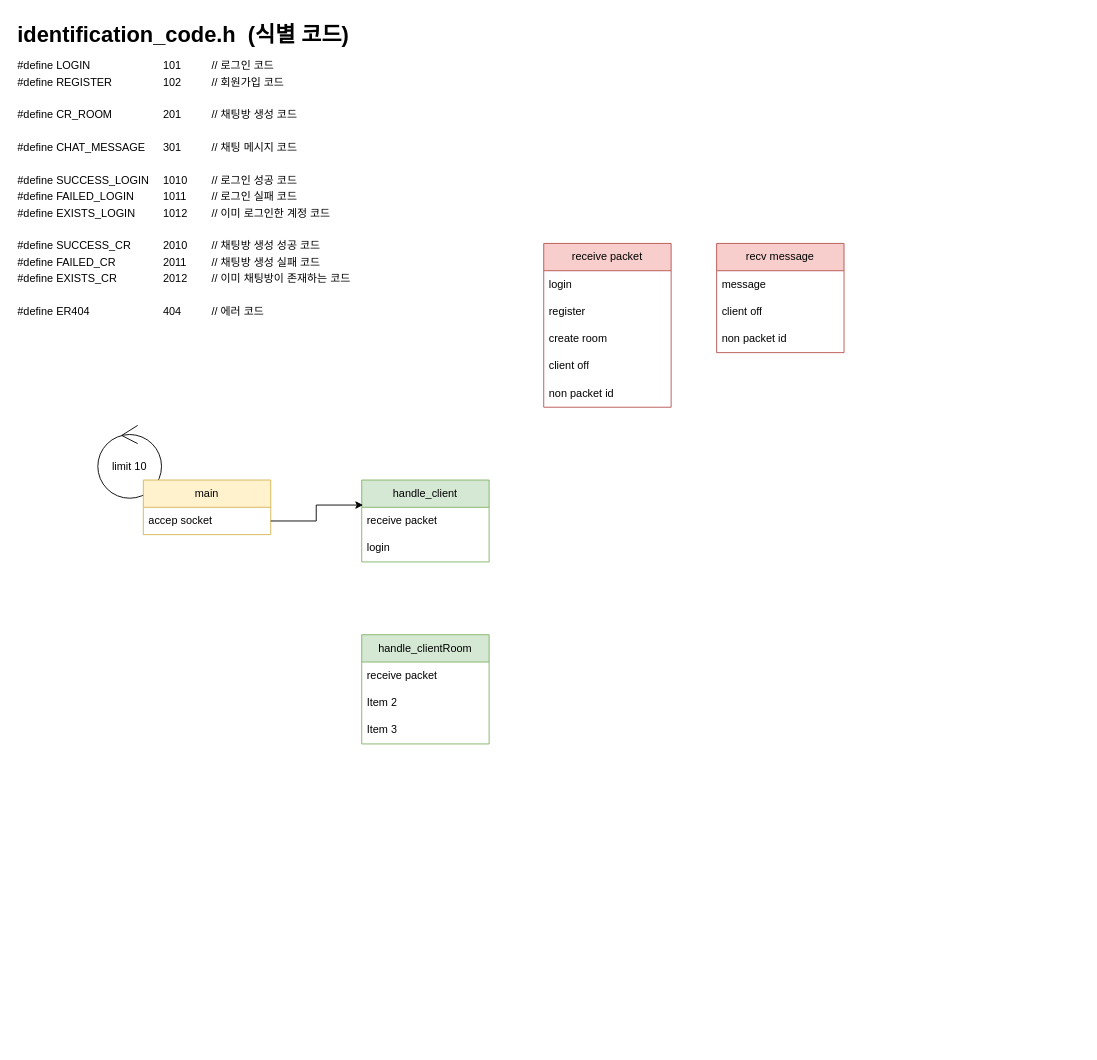
Above: 0924 소켓 서버.drawio in jh051777/chat (draw.io), before the change. Source tidied: cells renumbered, new cells numbered last; positions are measured from the earlier drawing's top-left corner, leaving out a move shared by most shapes. Both pictures are drawn from the tidied source at 91%, with x=0, y=0 at pixel (15, 15).
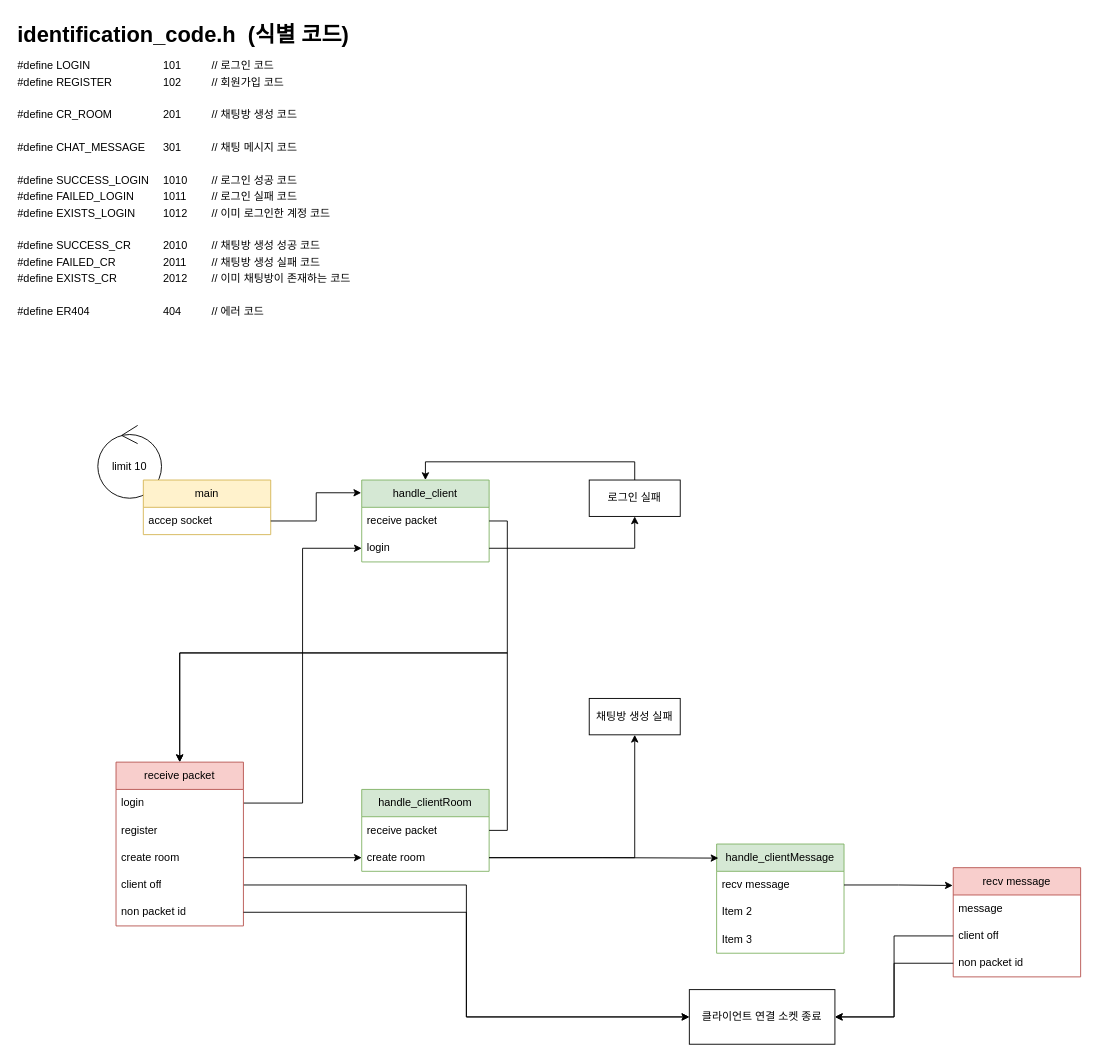
The same page after the edit.

Commit message:
0924 소켓 서버.drawio 업데이트

The change refers to these unchanged cells:
```xml
<mxCell id="4" value="accep socket" style="text;strokeColor=none;fillColor=none;align=left;verticalAlign=middle;spacingLeft=4;spacingRight=4;overflow=hidden;points=[[0,0.5],[1,0.5]];portConstraint=eastwest;whiteSpace=wrap;html=1;" parent="3" vertex="1">
  <mxGeometry y="30" width="140" height="30" as="geometry" />
</mxCell>
<mxCell id="6" value="handle_client" style="swimlane;fontStyle=0;horizontal=1;startSize=30;whiteSpace=wrap;html=1;fillColor=#d5e8d4;strokeColor=#82b366;" parent="1" vertex="1">
  <mxGeometry x="380" y="510" width="140" height="90" as="geometry" />
</mxCell>
<mxCell id="7" value="receive packet" style="text;strokeColor=none;fillColor=none;align=left;verticalAlign=middle;spacingLeft=4;spacingRight=4;overflow=hidden;points=[[0,0.5],[1,0.5]];portConstraint=eastwest;whiteSpace=wrap;html=1;" parent="6" vertex="1">
  <mxGeometry y="30" width="140" height="30" as="geometry" />
</mxCell>
<mxCell id="8" value="login" style="text;strokeColor=none;fillColor=none;align=left;verticalAlign=middle;spacingLeft=4;spacingRight=4;overflow=hidden;points=[[0,0.5],[1,0.5]];portConstraint=eastwest;whiteSpace=wrap;html=1;" parent="6" vertex="1">
  <mxGeometry y="60" width="140" height="30" as="geometry" />
</mxCell>
<mxCell id="12" value="create room" style="text;strokeColor=none;fillColor=none;align=left;verticalAlign=middle;spacingLeft=4;spacingRight=4;overflow=hidden;points=[[0,0.5],[1,0.5]];portConstraint=eastwest;whiteSpace=wrap;html=1;" parent="9" vertex="1">
  <mxGeometry y="90" width="140" height="30" as="geometry" />
</mxCell>
<mxCell id="14" value="non packet id" style="text;strokeColor=none;fillColor=none;align=left;verticalAlign=middle;spacingLeft=4;spacingRight=4;overflow=hidden;points=[[0,0.5],[1,0.5]];portConstraint=eastwest;whiteSpace=wrap;html=1;" parent="9" vertex="1">
  <mxGeometry y="150" width="140" height="30" as="geometry" />
</mxCell>
<mxCell id="17" value="client off" style="text;strokeColor=none;fillColor=none;align=left;verticalAlign=middle;spacingLeft=4;spacingRight=4;overflow=hidden;points=[[0,0.5],[1,0.5]];portConstraint=eastwest;whiteSpace=wrap;html=1;" parent="15" vertex="1">
  <mxGeometry y="60" width="140" height="30" as="geometry" />
</mxCell>
<mxCell id="18" value="non packet id" style="text;strokeColor=none;fillColor=none;align=left;verticalAlign=middle;spacingLeft=4;spacingRight=4;overflow=hidden;points=[[0,0.5],[1,0.5]];portConstraint=eastwest;whiteSpace=wrap;html=1;" parent="15" vertex="1">
  <mxGeometry y="90" width="140" height="30" as="geometry" />
</mxCell>
<mxCell id="20" value="receive packet" style="text;strokeColor=none;fillColor=none;align=left;verticalAlign=middle;spacingLeft=4;spacingRight=4;overflow=hidden;points=[[0,0.5],[1,0.5]];portConstraint=eastwest;whiteSpace=wrap;html=1;" parent="19" vertex="1">
  <mxGeometry y="30" width="140" height="30" as="geometry" />
</mxCell>
```

Diff of the diagram source:
```diff
@@
+    <mxCell id="24" style="edgeStyle=orthogonalEdgeStyle;rounded=0;jettySize=auto;html=1;exitX=1;exitY=0.25;exitDx=0;exitDy=0;entryX=0;entryY=0.5;entryDx=0;entryDy=0;" parent="1" edge="1" source="9" target="8">
+      <mxGeometry relative="1" as="geometry" />
+    </mxCell>
+    <mxCell id="25" style="edgeStyle=orthogonalEdgeStyle;rounded=0;jettySize=auto;html=1;exitX=1;exitY=0.75;exitDx=0;exitDy=0;entryX=0;entryY=0.5;entryDx=0;entryDy=0;" parent="1" edge="1" source="9" target="38">
+      <mxGeometry relative="1" as="geometry" />
+    </mxCell>
     <mxCell id="9" value="receive packet" style="swimlane;fontStyle=0;horizontal=1;startSize=30;whiteSpace=wrap;html=1;fillColor=#f8cecc;strokeColor=#b85450;" parent="1" vertex="1">
-      <mxGeometry x="580" y="250" width="140" height="180" as="geometry" />
+      <mxGeometry x="110" y="820" width="140" height="180" as="geometry" />
     </mxCell>
@@
     <mxCell id="15" value="recv message" style="swimlane;fontStyle=0;horizontal=1;startSize=30;whiteSpace=wrap;html=1;fillColor=#f8cecc;strokeColor=#b85450;" parent="1" vertex="1">
-      <mxGeometry x="770" y="250" width="140" height="120" as="geometry" />
+      <mxGeometry x="1030" y="936" width="140" height="120" as="geometry" />
     </mxCell>
@@
     <mxCell id="19" value="handle_clientRoom" style="swimlane;fontStyle=0;horizontal=1;startSize=30;whiteSpace=wrap;html=1;fillColor=#d5e8d4;strokeColor=#82b366;" parent="1" vertex="1">
-      <mxGeometry x="380" y="680" width="140" height="120" as="geometry" />
+      <mxGeometry x="380" y="850" width="140" height="90" as="geometry" />
     </mxCell>
@@
-    <mxCell id="21" value="Item 2" style="text;strokeColor=none;fillColor=none;align=left;verticalAlign=middle;spacingLeft=4;spacingRight=4;overflow=hidden;points=[[0,0.5],[1,0.5]];portConstraint=eastwest;whiteSpace=wrap;html=1;" parent="19" vertex="1">
+    <mxCell id="21" value="create room" style="text;strokeColor=none;fillColor=none;align=left;verticalAlign=middle;spacingLeft=4;spacingRight=4;overflow=hidden;points=[[0,0.5],[1,0.5]];portConstraint=eastwest;whiteSpace=wrap;html=1;" parent="19" vertex="1">
       <mxGeometry y="60" width="140" height="30" as="geometry" />
     </mxCell>
+    <mxCell id="23" style="edgeStyle=orthogonalEdgeStyle;rounded=0;jettySize=auto;html=1;exitX=1;exitY=0.5;exitDx=0;exitDy=0;entryX=-0.004;entryY=0.156;entryDx=0;entryDy=0;entryPerimeter=0;" parent="1" edge="1" source="4" target="6">
+      <mxGeometry relative="1" as="geometry" />
+    </mxCell>
+    <mxCell id="26" style="edgeStyle=orthogonalEdgeStyle;rounded=0;jettySize=auto;html=1;exitX=0.5;exitY=0;exitDx=0;exitDy=0;entryX=0.5;entryY=0;entryDx=0;entryDy=0;" parent="1" edge="1" source="27" target="6">
+      <mxGeometry relative="1" as="geometry">
+        <Array as="points">
+          <mxPoint x="680" y="490" />
+          <mxPoint x="450" y="490" />
+        </Array>
+      </mxGeometry>
+    </mxCell>
+    <mxCell id="27" value="로그인 실패" style="rounded=0;whiteSpace=wrap;html=1;" parent="1" vertex="1">
+      <mxGeometry x="630" y="510" width="100" height="40" as="geometry" />
+    </mxCell>
+    <mxCell id="28" style="edgeStyle=orthogonalEdgeStyle;rounded=0;jettySize=auto;html=1;exitX=1;exitY=0.5;exitDx=0;exitDy=0;entryX=0;entryY=0.5;entryDx=0;entryDy=0;" parent="1" edge="1" source="12" target="21">
+      <mxGeometry relative="1" as="geometry" />
+    </mxCell>
+    <mxCell id="29" value="채팅방 생성 실패" style="rounded=0;whiteSpace=wrap;html=1;" parent="1" vertex="1">
+      <mxGeometry x="630" y="750" width="100" height="40" as="geometry" />
+    </mxCell>
+    <mxCell id="30" style="edgeStyle=orthogonalEdgeStyle;rounded=0;jettySize=auto;html=1;exitX=1;exitY=0.5;exitDx=0;exitDy=0;entryX=0.5;entryY=1;entryDx=0;entryDy=0;" parent="1" edge="1" source="8" target="27">
+      <mxGeometry relative="1" as="geometry" />
+    </mxCell>
+    <mxCell id="31" style="edgeStyle=orthogonalEdgeStyle;rounded=0;jettySize=auto;html=1;exitX=1;exitY=0.5;exitDx=0;exitDy=0;entryX=0.5;entryY=1;entryDx=0;entryDy=0;" parent="1" edge="1" source="21" target="29">
+      <mxGeometry relative="1" as="geometry" />
+    </mxCell>
+    <mxCell id="32" value="handle_clientMessage" style="swimlane;fontStyle=0;horizontal=1;startSize=30;whiteSpace=wrap;html=1;fillColor=#d5e8d4;strokeColor=#82b366;" parent="1" vertex="1">
+      <mxGeometry x="770" y="910" width="140" height="120" as="geometry" />
+    </mxCell>
+    <mxCell id="33" value="recv message" style="text;strokeColor=none;fillColor=none;align=left;verticalAlign=middle;spacingLeft=4;spacingRight=4;overflow=hidden;points=[[0,0.5],[1,0.5]];portConstraint=eastwest;whiteSpace=wrap;html=1;" parent="32" vertex="1">
+      <mxGeometry y="30" width="140" height="30" as="geometry" />
+    </mxCell>
+    <mxCell id="34" value="Item 2" style="text;strokeColor=none;fillColor=none;align=left;verticalAlign=middle;spacingLeft=4;spacingRight=4;overflow=hidden;whiteSpace=wrap;html=1;" parent="32" vertex="1">
+      <mxGeometry y="60" width="140" height="30" as="geometry" />
+    </mxCell>
-    <mxCell id="22" value="Item 3" style="text;strokeColor=none;fillColor=none;align=left;verticalAlign=middle;spacingLeft=4;spacingRight=4;overflow=hidden;whiteSpace=wrap;html=1;" parent="19" vertex="1">
+    <mxCell id="22" value="Item 3" style="text;strokeColor=none;fillColor=none;align=left;verticalAlign=middle;spacingLeft=4;spacingRight=4;overflow=hidden;whiteSpace=wrap;html=1;" parent="32" vertex="1">
       <mxGeometry y="90" width="140" height="30" as="geometry" />
     </mxCell>
-    <mxCell id="23" style="edgeStyle=orthogonalEdgeStyle;rounded=0;jettySize=auto;html=1;exitX=1;exitY=0.5;exitDx=0;exitDy=0;entryX=0.011;entryY=-0.083;entryDx=0;entryDy=0;entryPerimeter=0;" parent="1" edge="1" source="4" target="7">
-      <mxGeometry relative="1" as="geometry" />
-    </mxCell>
+    <mxCell id="35" style="edgeStyle=orthogonalEdgeStyle;rounded=0;jettySize=auto;html=1;exitX=1;exitY=0.5;exitDx=0;exitDy=0;entryX=-0.004;entryY=0.163;entryDx=0;entryDy=0;entryPerimeter=0;" parent="1" edge="1" source="33" target="15">
+      <mxGeometry relative="1" as="geometry" />
+    </mxCell>
+    <mxCell id="36" style="edgeStyle=orthogonalEdgeStyle;rounded=0;jettySize=auto;html=1;exitX=1;exitY=0.5;exitDx=0;exitDy=0;entryX=0.5;entryY=0;entryDx=0;entryDy=0;" parent="1" edge="1" source="7" target="9">
+      <mxGeometry relative="1" as="geometry">
+        <Array as="points">
+          <mxPoint x="540" y="555" />
+          <mxPoint x="540" y="700" />
+          <mxPoint x="180" y="700" />
+        </Array>
+      </mxGeometry>
+    </mxCell>
+    <mxCell id="37" style="edgeStyle=orthogonalEdgeStyle;rounded=0;jettySize=auto;html=1;exitX=1;exitY=0.5;exitDx=0;exitDy=0;entryX=0.5;entryY=0;entryDx=0;entryDy=0;" parent="1" edge="1" source="20" target="9">
+      <mxGeometry relative="1" as="geometry">
+        <Array as="points">
+          <mxPoint x="540" y="895" />
+          <mxPoint x="540" y="700" />
+          <mxPoint x="180" y="700" />
+        </Array>
+      </mxGeometry>
+    </mxCell>
+    <mxCell id="38" value="클라이언트 연결 소켓 종료" style="rounded=0;whiteSpace=wrap;html=1;" parent="1" vertex="1">
+      <mxGeometry x="740" y="1070" width="160" height="60" as="geometry" />
+    </mxCell>
+    <mxCell id="39" style="edgeStyle=orthogonalEdgeStyle;rounded=0;jettySize=auto;html=1;exitX=1;exitY=0.5;exitDx=0;exitDy=0;entryX=0.014;entryY=0.129;entryDx=0;entryDy=0;entryPerimeter=0;" parent="1" edge="1" source="21" target="32">
+      <mxGeometry relative="1" as="geometry" />
+    </mxCell>
+    <mxCell id="40" style="edgeStyle=orthogonalEdgeStyle;rounded=0;jettySize=auto;html=1;exitX=0;exitY=0.5;exitDx=0;exitDy=0;entryX=1;entryY=0.5;entryDx=0;entryDy=0;" parent="1" edge="1" source="17" target="38">
+      <mxGeometry relative="1" as="geometry" />
+    </mxCell>
+    <mxCell id="41" style="edgeStyle=orthogonalEdgeStyle;rounded=0;jettySize=auto;html=1;exitX=1;exitY=0.5;exitDx=0;exitDy=0;entryX=0;entryY=0.5;entryDx=0;entryDy=0;" parent="1" edge="1" source="14" target="38">
+      <mxGeometry relative="1" as="geometry" />
+    </mxCell>
+    <mxCell id="42" style="edgeStyle=orthogonalEdgeStyle;rounded=0;jettySize=auto;html=1;exitX=0;exitY=0.5;exitDx=0;exitDy=0;entryX=1;entryY=0.5;entryDx=0;entryDy=0;" parent="1" edge="1" source="18" target="38">
+      <mxGeometry relative="1" as="geometry" />
+    </mxCell>
```
